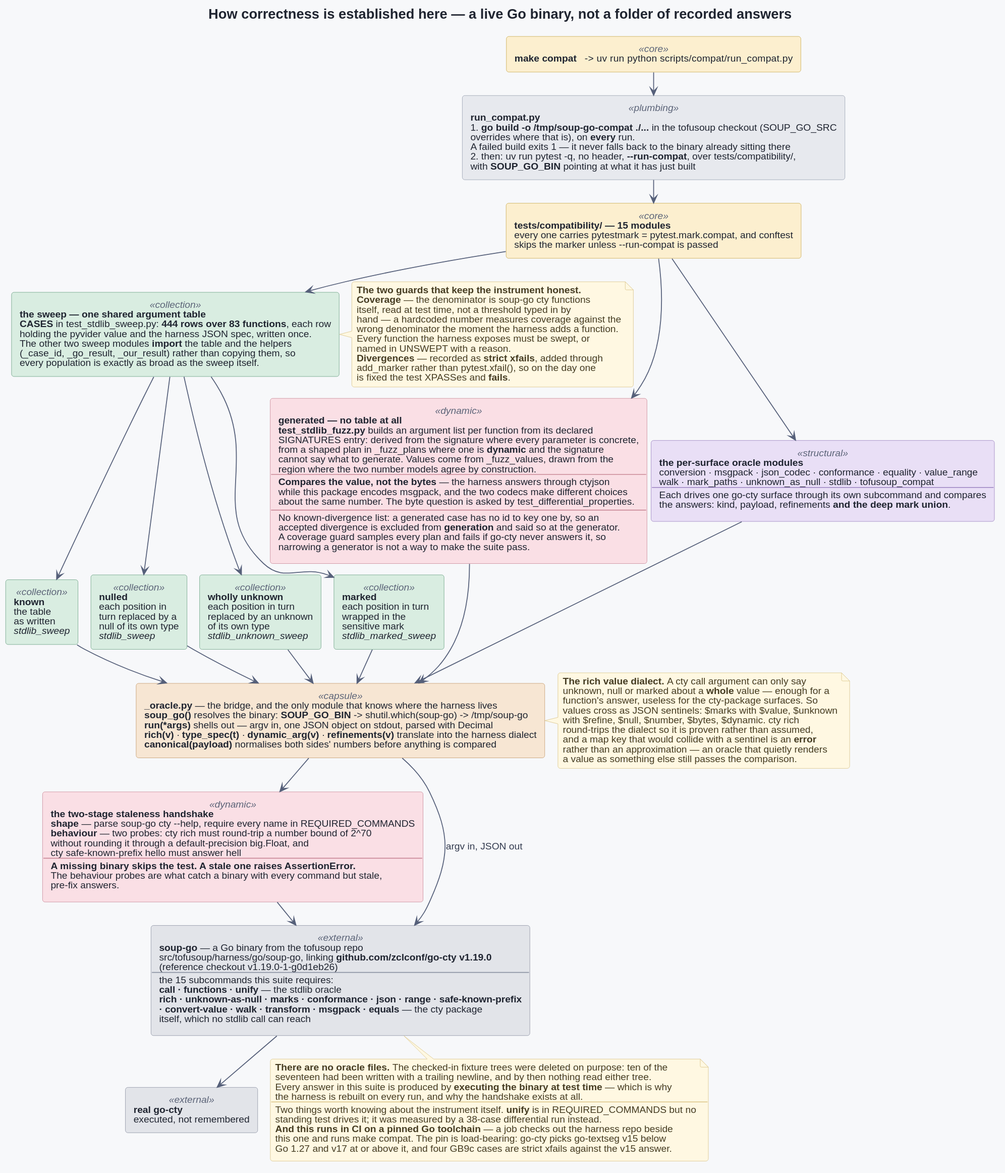
provide-io/pyvider-cty keeps this PlantUML diagram as docs/architecture/08-differential-testing.svg. Above is the earlier version.
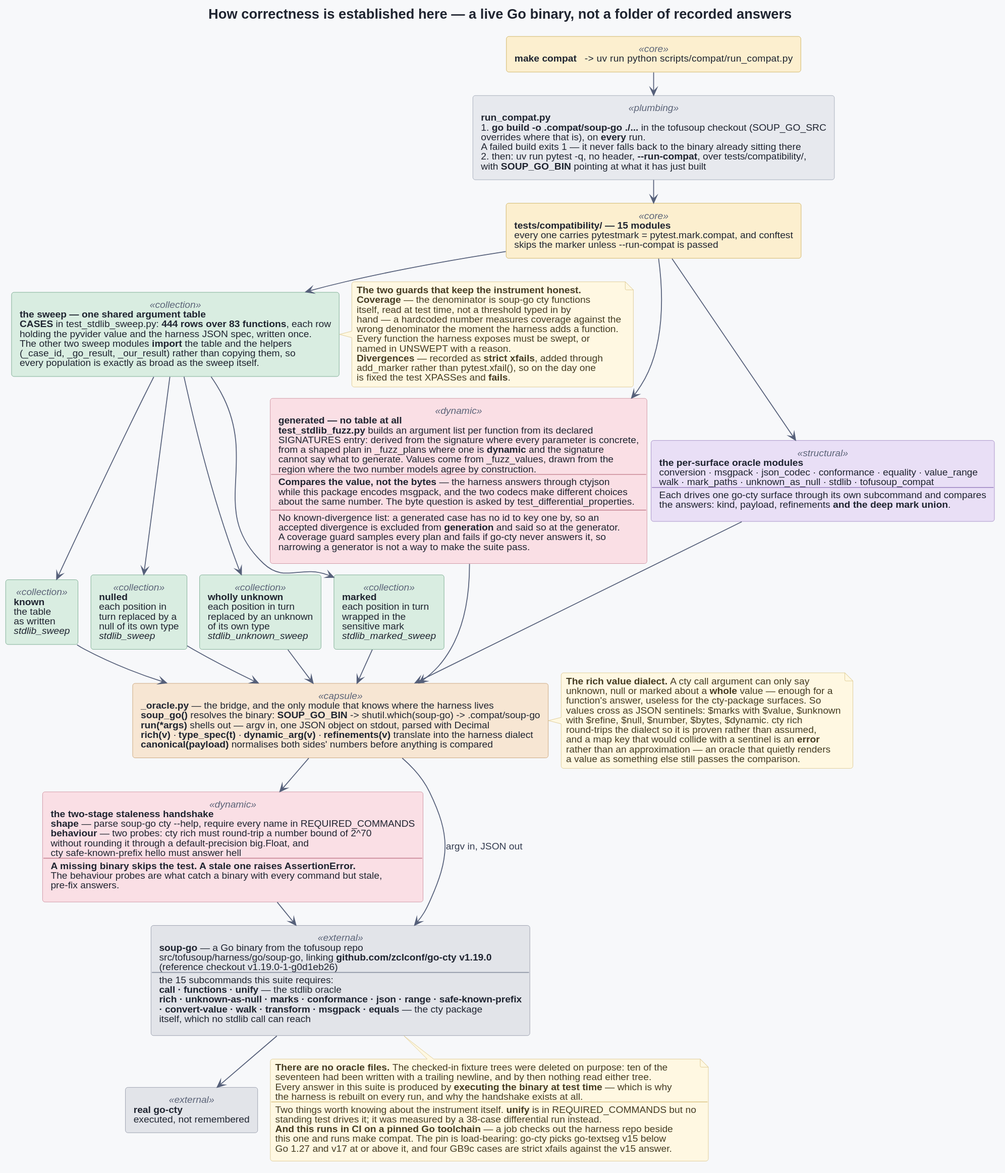
After the change.

What changed in the source:
```diff
@@ -9,7 +9,7 @@
 
 rectangle "**make compat**   ->   uv run python scripts/compat/run_compat.py" as MAKE <<core>>
 
-rectangle "**run_compat.py**\n# **go build -o /tmp/soup-go-compat ./...** in the tofusoup checkout (SOUP_GO_SRC\noverrides where that is), on **every** run.\nA failed build exits 1 — it never falls back to the binary already sitting there\n# then: uv run pytest -q, no header, **--run-compat**, over tests/compatibility/,\nwith **SOUP_GO_BIN** pointing at what it has just built" as RUNNER <<plumbing>>
+rectangle "**run_compat.py**\n# **go build -o .compat/soup-go ./...** in the tofusoup checkout (SOUP_GO_SRC\noverrides where that is), on **every** run.\nA failed build exits 1 — it never falls back to the binary already sitting there\n# then: uv run pytest -q, no header, **--run-compat**, over tests/compatibility/,\nwith **SOUP_GO_BIN** pointing at what it has just built" as RUNNER <<plumbing>>
 
 rectangle "**tests/compatibility/ — 15 modules**\nevery one carries pytestmark = pytest.mark.compat, and conftest\nskips the marker unless --run-compat is passed" as SUITE <<core>>
 
@@ -24,7 +24,7 @@
 
 rectangle "**the per-surface oracle modules**\nconversion · msgpack · json_codec · conformance · equality · value_range\nwalk · mark_paths · unknown_as_null · stdlib · tofusoup_compat\n----\nEach drives one go-cty surface through its own subcommand and compares\nthe answers: kind, payload, refinements **and the deep mark union**." as SURFACES <<structural>>
 
-rectangle "**_oracle.py** — the bridge, and the only module that knows where the harness lives\n**soup_go()** resolves the binary: **SOUP_GO_BIN** -> shutil.which(soup-go) -> /tmp/soup-go\n**run(*args)** shells out — argv in, one JSON object on stdout, parsed with Decimal\n**rich(v)** · **type_spec(t)** · **dynamic_arg(v)** · **refinements(v)** translate into the harness dialect\n**canonical(payload)** normalises both sides' numbers before anything is compared" as ORACLE <<capsule>>
+rectangle "**_oracle.py** — the bridge, and the only module that knows where the harness lives\n**soup_go()** resolves the binary: **SOUP_GO_BIN** -> shutil.which(soup-go) -> .compat/soup-go\n**run(*args)** shells out — argv in, one JSON object on stdout, parsed with Decimal\n**rich(v)** · **type_spec(t)** · **dynamic_arg(v)** · **refinements(v)** translate into the harness dialect\n**canonical(payload)** normalises both sides' numbers before anything is compared" as ORACLE <<capsule>>
 
 rectangle "**the two-stage staleness handshake**\n**shape** — parse soup-go cty --help, require every name in REQUIRED_COMMANDS\n**behaviour** — two probes: cty rich must round-trip a number bound of 2^70\nwithout rounding it through a default-precision big.Float, and\ncty safe-known-prefix hello must answer hell\n----\n**A missing binary skips the test. A stale one raises AssertionError.**\nThe behaviour probes are what catch a binary with every command but stale,\npre-fix answers." as HANDSHAKE <<dynamic>>
 
```
